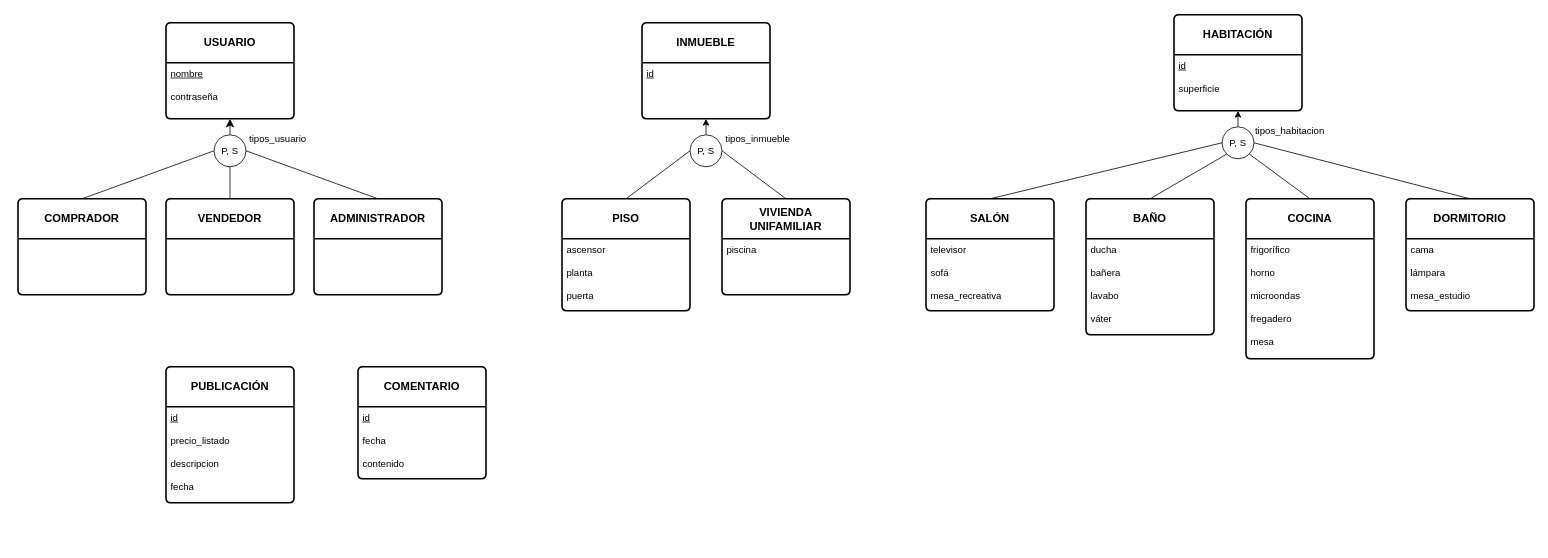
PobladoRestringido/prog2-25-B2 keeps this draw.io diagram as docs/modelos_datos/entidad_relacion.drawio. Above is the earlier version. Source tidied: cells renumbered, new cells numbered last; positions are measured from the earlier drawing's top-left corner, leaving out a move shared by most shapes. Both pictures are drawn from the tidied source at 80%, with x=0, y=0 at pixel (18, 14).
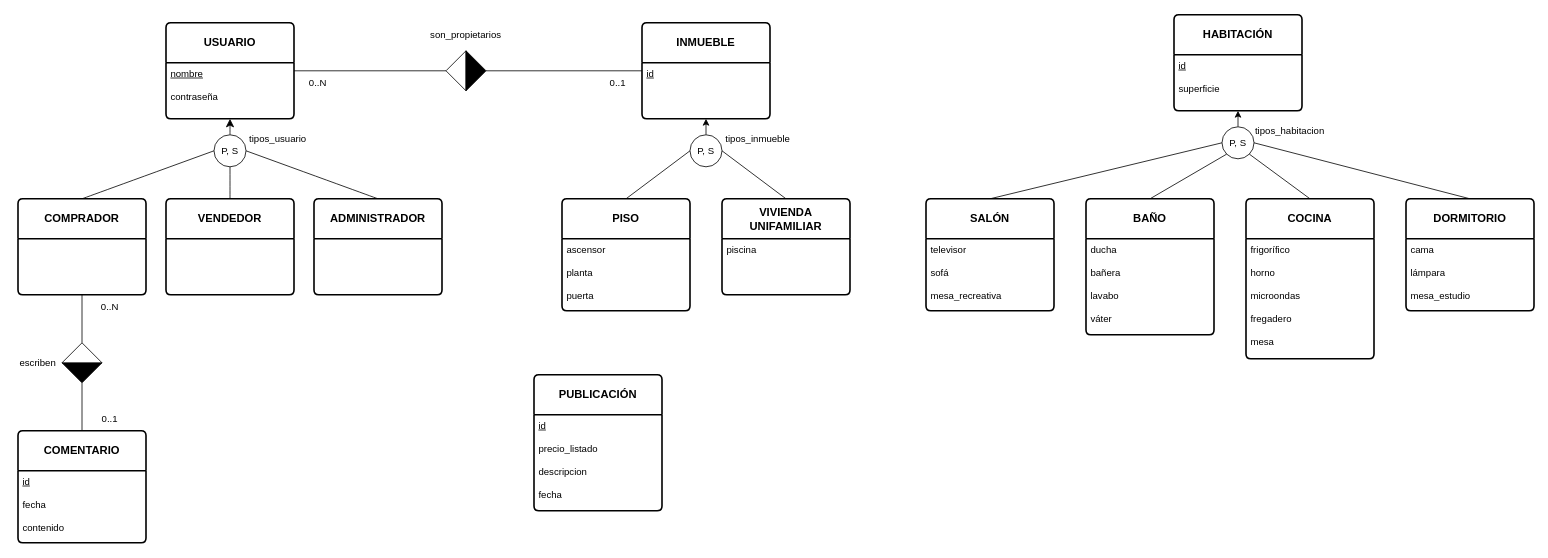
The same page after the edit.

The change refers to these unchanged cells:
```xml
<mxCell id="3" value="&lt;u&gt;nombre&lt;/u&gt;&lt;br&gt;&lt;br&gt;&lt;div&gt;contraseña&lt;/div&gt;" style="align=left;strokeColor=none;fillColor=none;spacingLeft=4;spacingRight=4;fontSize=12;verticalAlign=top;html=1;whiteSpace=wrap;" parent="2" vertex="1">
  <mxGeometry y="50" width="160" height="70" as="geometry" />
</mxCell>
<mxCell id="5" value="&lt;b&gt;COMPRADOR&lt;/b&gt;" style="swimlane;horizontal=1;startSize=50;rounded=1;fontSize=14;fontStyle=0;strokeWidth=2;shadow=0;dashed=0;align=center;arcSize=4;whiteSpace=wrap;html=1;" parent="1" vertex="1">
  <mxGeometry y="230" width="160" height="120" as="geometry" />
</mxCell>
<mxCell id="13" value="&lt;b&gt;INMUEBLE&lt;/b&gt;" style="swimlane;horizontal=1;startSize=50;rounded=1;fontSize=14;fontStyle=0;strokeWidth=2;shadow=0;dashed=0;align=center;arcSize=4;whiteSpace=wrap;html=1;" parent="1" vertex="1">
  <mxGeometry x="780" y="10" width="160" height="120" as="geometry" />
</mxCell>
```

Change to the diagram source:
```diff
@@
     <mxCell id="41" value="&lt;b&gt;PUBLICACIÓN&lt;/b&gt;" style="swimlane;horizontal=1;startSize=50;rounded=1;fontSize=14;fontStyle=0;strokeWidth=2;shadow=0;dashed=0;align=center;arcSize=4;whiteSpace=wrap;html=1;" parent="1" vertex="1">
-      <mxGeometry x="185" y="440" width="160" height="170" as="geometry" />
+      <mxGeometry x="645" y="450" width="160" height="170" as="geometry" />
     </mxCell>
@@
     <mxCell id="43" value="&lt;b&gt;COMENTARIO&lt;/b&gt;" style="swimlane;horizontal=1;startSize=50;rounded=1;fontSize=14;fontStyle=0;strokeWidth=2;shadow=0;dashed=0;align=center;arcSize=4;whiteSpace=wrap;html=1;" parent="1" vertex="1">
-      <mxGeometry x="425" y="440" width="160" height="140" as="geometry" />
+      <mxGeometry y="520" width="160" height="140" as="geometry" />
     </mxCell>
@@
+    <mxCell id="45" style="edgeStyle=orthogonalEdgeStyle;rounded=0;jettySize=auto;html=1;exitX=1;exitY=0.5;exitDx=0;exitDy=0;entryX=0.5;entryY=0;entryDx=0;entryDy=0;endArrow=none;startFill=0;" parent="1" edge="1" source="46" target="43">
+      <mxGeometry relative="1" as="geometry" />
+    </mxCell>
+    <mxCell id="46" style="triangle;whiteSpace=wrap;html=1;direction=south;fillColor=#000000;" parent="1" vertex="1">
+      <mxGeometry x="55" y="435" width="50" height="25" as="geometry" />
+    </mxCell>
+    <mxCell id="47" style="edgeStyle=orthogonalEdgeStyle;rounded=0;jettySize=auto;html=1;exitX=1;exitY=0.5;exitDx=0;exitDy=0;entryX=0.5;entryY=1;entryDx=0;entryDy=0;endArrow=none;startFill=0;" parent="1" edge="1" source="48" target="5">
+      <mxGeometry relative="1" as="geometry" />
+    </mxCell>
+    <mxCell id="48" style="triangle;whiteSpace=wrap;html=1;direction=north;" parent="1" vertex="1">
+      <mxGeometry x="55" y="410" width="50" height="25" as="geometry" />
+    </mxCell>
+    <mxCell id="49" value="escriben" style="text;html=1;align=center;verticalAlign=middle;whiteSpace=wrap;rounded=0;" parent="1" vertex="1">
+      <mxGeometry x="-5" y="420" width="60" height="30" as="geometry" />
+    </mxCell>
+    <mxCell id="50" value="0..1" style="text;html=1;align=center;verticalAlign=middle;whiteSpace=wrap;rounded=0;" parent="1" vertex="1">
+      <mxGeometry x="85" y="490" width="60" height="30" as="geometry" />
+    </mxCell>
+    <mxCell id="51" value="0..N" style="text;html=1;align=center;verticalAlign=middle;whiteSpace=wrap;rounded=0;" parent="1" vertex="1">
+      <mxGeometry x="85" y="350" width="60" height="30" as="geometry" />
+    </mxCell>
+    <mxCell id="52" style="triangle;whiteSpace=wrap;html=1;direction=west;fillColor=#FFFFFF;" parent="1" vertex="1">
+      <mxGeometry x="535" y="45" width="25" height="50" as="geometry" />
+    </mxCell>
+    <mxCell id="53" style="edgeStyle=orthogonalEdgeStyle;rounded=0;jettySize=auto;html=1;exitX=1;exitY=0.5;exitDx=0;exitDy=0;entryX=0;entryY=0.5;entryDx=0;entryDy=0;endArrow=none;startFill=0;" parent="1" edge="1" source="54" target="13">
+      <mxGeometry relative="1" as="geometry" />
+    </mxCell>
+    <mxCell id="54" style="triangle;whiteSpace=wrap;html=1;direction=east;gradientColor=none;fillColor=#000000;" parent="1" vertex="1">
+      <mxGeometry x="560" y="45" width="25" height="50" as="geometry" />
+    </mxCell>
+    <mxCell id="55" value="0..1" style="text;html=1;align=center;verticalAlign=middle;whiteSpace=wrap;rounded=0;" parent="1" vertex="1">
+      <mxGeometry x="720" y="70" width="60" height="30" as="geometry" />
+    </mxCell>
+    <mxCell id="56" value="0..N" style="text;html=1;align=center;verticalAlign=middle;whiteSpace=wrap;rounded=0;" parent="1" vertex="1">
+      <mxGeometry x="345" y="70" width="60" height="30" as="geometry" />
+    </mxCell>
+    <mxCell id="57" style="edgeStyle=orthogonalEdgeStyle;rounded=0;jettySize=auto;html=1;exitX=1;exitY=0.5;exitDx=0;exitDy=0;endArrow=none;startFill=0;entryX=1;entryY=0.143;entryDx=0;entryDy=0;entryPerimeter=0;" parent="1" edge="1" source="52" target="3">
+      <mxGeometry relative="1" as="geometry" />
+    </mxCell>
+    <mxCell id="58" value="son_propietarios" style="text;html=1;align=center;verticalAlign=middle;whiteSpace=wrap;rounded=0;" parent="1" vertex="1">
+      <mxGeometry x="530" y="10" width="60" height="30" as="geometry" />
+    </mxCell>
```
